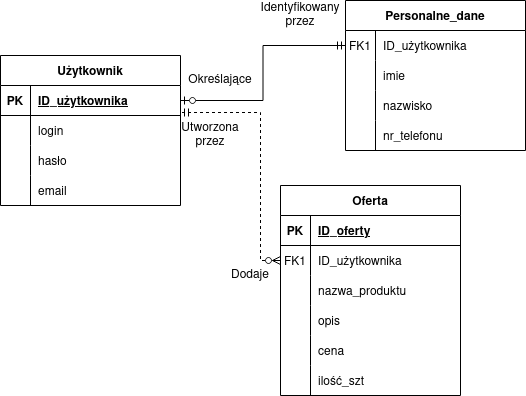
Above: Rys02/ModelLogiczny.png in MrMjuKi/PracaDyplomowa (draw.io), before the change. Source tidied: cells renumbered, new cells last; positions are measured from the earlier drawing's top-left corner, leaving out a move shared by most shapes.
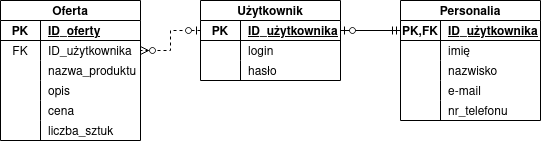
The same diagram one commit later.

Diff of the diagram source:
```diff
@@ -2,166 +2,146 @@
   <root>
     <mxCell id="0" />
     <mxCell id="1" parent="0" />
-    <mxCell id="2" style="endArrow=ERmandOne;html=1;rounded=0;edgeStyle=orthogonalEdgeStyle;startArrow=ERzeroToMany;startFill=0;endFill=0;exitX=0;exitY=0.5;exitDx=0;exitDy=0;dashed=1;" parent="1" edge="1" source="39" target="9">
-      <mxGeometry relative="1" as="geometry">
-        <Array as="points">
-          <mxPoint x="260" y="260" />
-          <mxPoint x="260" y="112" />
-        </Array>
-      </mxGeometry>
-    </mxCell>
-    <mxCell id="3" style="endArrow=ERzeroToOne;html=1;rounded=0;edgeStyle=orthogonalEdgeStyle;startArrow=ERmandOne;startFill=0;endFill=0;exitX=0;exitY=0.5;exitDx=0;exitDy=0;" parent="1" edge="1" source="23" target="9">
-      <mxGeometry relative="1" as="geometry" />
-    </mxCell>
-    <mxCell id="4" value="Określające" style="text;html=1;strokeColor=none;fillColor=none;align=center;verticalAlign=middle;whiteSpace=wrap;rounded=0;" parent="1" vertex="1">
-      <mxGeometry x="190" y="65" width="60" height="30" as="geometry" />
-    </mxCell>
-    <mxCell id="5" value="Identyfikowany przez" style="text;html=1;strokeColor=none;fillColor=none;align=center;verticalAlign=middle;whiteSpace=wrap;rounded=0;" parent="1" vertex="1">
-      <mxGeometry x="270" width="60" height="30" as="geometry" />
-    </mxCell>
-    <mxCell id="6" value="Utworzona przez" style="text;html=1;strokeColor=none;fillColor=none;align=center;verticalAlign=middle;whiteSpace=wrap;rounded=0;" parent="1" vertex="1">
-      <mxGeometry x="180" y="120" width="60" height="30" as="geometry" />
-    </mxCell>
-    <mxCell id="7" value="Dodaje" style="text;html=1;strokeColor=none;fillColor=none;align=center;verticalAlign=middle;whiteSpace=wrap;rounded=0;" parent="1" vertex="1">
-      <mxGeometry x="220" y="260" width="60" height="30" as="geometry" />
-    </mxCell>
-    <mxCell id="8" value="Użytkownik" style="shape=table;startSize=30;rowLines=0;fontStyle=1;align=center;" parent="1" vertex="1">
-      <mxGeometry y="55" width="180" height="150" as="geometry" />
+    <mxCell id="8" value="Użytkownik" style="shape=table;startSize=20;rowLines=0;fontStyle=1;align=center;" parent="1" vertex="1">
+      <mxGeometry x="100" y="3380" width="140" height="80" as="geometry" />
     </mxCell>
-    <mxCell id="9" style="shape=partialRectangle;fillColor=none;top=0;left=0;bottom=1;right=0;points=[[0,0.5],[1,0.5]];portConstraint=eastwest;" parent="8" vertex="1">
-      <mxGeometry y="30" width="180" height="30" as="geometry" />
-    </mxCell>
-    <mxCell id="10" value="PK" style="shape=partialRectangle;fillColor=none;top=0;left=0;bottom=0;right=0;fontStyle=1;overflow=hidden;" parent="9" vertex="1">
-      <mxGeometry width="30" height="30" as="geometry" />
-    </mxCell>
-    <mxCell id="11" value="ID_użytkownika" style="shape=partialRectangle;fillColor=none;top=0;left=0;bottom=0;right=0;align=left;spacingLeft=6;fontStyle=5;overflow=hidden;" parent="9" vertex="1">
-      <mxGeometry x="30" width="150" height="30" as="geometry" />
-    </mxCell>
-    <mxCell id="12" style="shape=partialRectangle;fillColor=none;top=0;left=0;bottom=0;right=0;" parent="8" vertex="1">
-      <mxGeometry y="60" width="180" height="30" as="geometry" />
-    </mxCell>
-    <mxCell id="13" style="shape=partialRectangle;fillColor=none;top=0;left=0;bottom=0;right=0;overflow=hidden;" parent="12" vertex="1">
-      <mxGeometry width="30" height="30" as="geometry" />
-    </mxCell>
+    <mxCell id="54" style="shape=tableRow;horizontal=0;startSize=0;swimlaneHead=0;swimlaneBody=0;fillColor=none;points=[[0,0.5],[1,0.5]];portConstraint=eastwest;top=0;left=0;right=0;bottom=1;" parent="8" vertex="1">
+      <mxGeometry y="20" width="140" height="20" as="geometry" />
+    </mxCell>
+    <mxCell id="55" value="PK" style="shape=partialRectangle;fillColor=none;top=0;left=0;bottom=0;right=0;fontStyle=1;overflow=hidden;" parent="54" vertex="1">
+      <mxGeometry width="40" height="20" as="geometry" />
+    </mxCell>
+    <mxCell id="56" value="ID_użytkownika" style="shape=partialRectangle;fillColor=none;top=0;left=0;bottom=0;right=0;align=left;spacingLeft=6;fontStyle=5;overflow=hidden;" parent="54" vertex="1">
+      <mxGeometry x="40" width="100" height="20" as="geometry" />
+    </mxCell>
+    <mxCell id="57" style="shape=tableRow;horizontal=0;startSize=0;swimlaneHead=0;swimlaneBody=0;fillColor=none;top=0;left=0;right=0;bottom=0;" parent="8" vertex="1">
+      <mxGeometry y="40" width="140" height="20" as="geometry" />
+    </mxCell>
+    <mxCell id="58" style="shape=partialRectangle;fillColor=none;top=0;left=0;bottom=0;right=0;overflow=hidden;" parent="57" vertex="1">
+      <mxGeometry width="40" height="20" as="geometry" />
+    </mxCell>
-    <mxCell id="14" value="login" style="shape=partialRectangle;fillColor=none;top=0;left=0;bottom=0;right=0;align=left;spacingLeft=6;overflow=hidden;" parent="12" vertex="1">
-      <mxGeometry x="30" width="150" height="30" as="geometry" />
+    <mxCell id="14" value="login" style="shape=partialRectangle;fillColor=none;top=0;left=0;bottom=0;right=0;align=left;spacingLeft=6;overflow=hidden;" parent="57" vertex="1">
+      <mxGeometry x="40" width="100" height="20" as="geometry" />
     </mxCell>
-    <mxCell id="15" style="shape=partialRectangle;fillColor=none;top=0;left=0;bottom=0;right=0;" parent="8" vertex="1">
-      <mxGeometry y="90" width="180" height="30" as="geometry" />
-    </mxCell>
-    <mxCell id="16" style="shape=partialRectangle;fillColor=none;top=0;left=0;bottom=0;right=0;overflow=hidden;" parent="15" vertex="1">
-      <mxGeometry width="30" height="30" as="geometry" />
-    </mxCell>
+    <mxCell id="59" style="shape=tableRow;horizontal=0;startSize=0;swimlaneHead=0;swimlaneBody=0;fillColor=none;top=0;left=0;right=0;bottom=0;" parent="8" vertex="1">
+      <mxGeometry y="60" width="140" height="20" as="geometry" />
+    </mxCell>
+    <mxCell id="60" style="shape=partialRectangle;fillColor=none;top=0;left=0;bottom=0;right=0;overflow=hidden;" parent="59" vertex="1">
+      <mxGeometry width="40" height="20" as="geometry" />
+    </mxCell>
-    <mxCell id="17" value="hasło" style="shape=partialRectangle;fillColor=none;top=0;left=0;bottom=0;right=0;align=left;spacingLeft=6;overflow=hidden;" parent="15" vertex="1">
-      <mxGeometry x="30" width="150" height="30" as="geometry" />
+    <mxCell id="17" value="hasło" style="shape=partialRectangle;fillColor=none;top=0;left=0;bottom=0;right=0;align=left;spacingLeft=6;overflow=hidden;" parent="59" vertex="1">
+      <mxGeometry x="40" width="100" height="20" as="geometry" />
     </mxCell>
-    <mxCell id="18" style="shape=partialRectangle;fillColor=none;top=0;left=0;bottom=0;right=0;" parent="8" vertex="1">
-      <mxGeometry y="120" width="180" height="30" as="geometry" />
-    </mxCell>
-    <mxCell id="19" style="shape=partialRectangle;fillColor=none;top=0;left=0;bottom=0;right=0;overflow=hidden;" parent="18" vertex="1">
-      <mxGeometry width="30" height="30" as="geometry" />
-    </mxCell>
-    <mxCell id="20" value="email" style="shape=partialRectangle;fillColor=none;top=0;left=0;bottom=0;right=0;align=left;spacingLeft=6;overflow=hidden;" parent="18" vertex="1">
-      <mxGeometry x="30" width="150" height="30" as="geometry" />
-    </mxCell>
-    <mxCell id="21" style="edgeStyle=orthogonalEdgeStyle;rounded=0;orthogonalLoop=1;jettySize=auto;html=1;exitX=1;exitY=0.5;exitDx=0;exitDy=0;" parent="8" edge="1" source="9" target="9">
-      <mxGeometry relative="1" as="geometry" />
-    </mxCell>
-    <mxCell id="22" value="Personalne_dane" style="shape=table;startSize=30;rowLines=0;fontStyle=1;align=center;" parent="1" vertex="1">
-      <mxGeometry x="345" width="180" height="150" as="geometry" />
-    </mxCell>
-    <mxCell id="23" style="shape=partialRectangle;fillColor=none;top=0;left=0;bottom=0;right=0;points=[[0,0.5],[1,0.5]];portConstraint=eastwest;" parent="22" vertex="1">
-      <mxGeometry y="30" width="180" height="30" as="geometry" />
-    </mxCell>
-    <mxCell id="24" value="FK1" style="shape=partialRectangle;fillColor=none;top=0;left=0;bottom=0;right=0;overflow=hidden;" parent="23" vertex="1">
-      <mxGeometry width="30" height="30" as="geometry" />
-    </mxCell>
-    <mxCell id="25" value="ID_użytkownika" style="shape=partialRectangle;fillColor=none;top=0;left=0;bottom=0;right=0;align=left;spacingLeft=6;overflow=hidden;" parent="23" vertex="1">
-      <mxGeometry x="30" width="150" height="30" as="geometry" />
-    </mxCell>
-    <mxCell id="26" style="shape=partialRectangle;fillColor=none;top=0;left=0;bottom=0;right=0;" parent="22" vertex="1">
-      <mxGeometry y="60" width="180" height="30" as="geometry" />
-    </mxCell>
-    <mxCell id="27" style="shape=partialRectangle;fillColor=none;top=0;left=0;bottom=0;right=0;overflow=hidden;" parent="26" vertex="1">
-      <mxGeometry width="30" height="30" as="geometry" />
-    </mxCell>
-    <mxCell id="28" value="imie" style="shape=partialRectangle;fillColor=none;top=0;left=0;bottom=0;right=0;align=left;spacingLeft=6;overflow=hidden;" parent="26" vertex="1">
-      <mxGeometry x="30" width="150" height="30" as="geometry" />
-    </mxCell>
-    <mxCell id="29" style="shape=partialRectangle;fillColor=none;top=0;left=0;bottom=0;right=0;" parent="22" vertex="1">
-      <mxGeometry y="90" width="180" height="30" as="geometry" />
-    </mxCell>
-    <mxCell id="30" style="shape=partialRectangle;fillColor=none;top=0;left=0;bottom=0;right=0;overflow=hidden;" parent="29" vertex="1">
-      <mxGeometry width="30" height="30" as="geometry" />
-    </mxCell>
+    <mxCell id="61" value="Personalia" style="shape=table;startSize=20;rowLines=0;fontStyle=1;align=center;" parent="1" vertex="1">
+      <mxGeometry x="300" y="3380" width="140" height="120" as="geometry" />
+    </mxCell>
+    <mxCell id="62" style="shape=tableRow;horizontal=0;startSize=0;swimlaneHead=0;swimlaneBody=0;fillColor=none;points=[[0,0.5],[1,0.5]];portConstraint=eastwest;top=0;left=0;right=0;bottom=1;" parent="61" vertex="1">
+      <mxGeometry y="20" width="140" height="20" as="geometry" />
+    </mxCell>
+    <mxCell id="63" value="PK,FK" style="shape=partialRectangle;fillColor=none;top=0;left=0;bottom=0;right=0;fontStyle=1;overflow=hidden;" parent="62" vertex="1">
+      <mxGeometry width="40" height="20" as="geometry" />
+    </mxCell>
+    <mxCell id="64" value="ID_użytkownika" style="shape=partialRectangle;fillColor=none;top=0;left=0;bottom=0;right=0;align=left;spacingLeft=6;fontStyle=5;overflow=hidden;" parent="62" vertex="1">
+      <mxGeometry x="40" width="100" height="20" as="geometry" />
+    </mxCell>
+    <mxCell id="65" style="shape=tableRow;horizontal=0;startSize=0;swimlaneHead=0;swimlaneBody=0;fillColor=none;top=0;left=0;right=0;bottom=0;" parent="61" vertex="1">
+      <mxGeometry y="40" width="140" height="20" as="geometry" />
+    </mxCell>
+    <mxCell id="66" style="shape=partialRectangle;fillColor=none;top=0;left=0;bottom=0;right=0;overflow=hidden;" parent="65" vertex="1">
+      <mxGeometry width="40" height="20" as="geometry" />
+    </mxCell>
+    <mxCell id="67" value="imię" style="shape=partialRectangle;fillColor=none;top=0;left=0;bottom=0;right=0;align=left;spacingLeft=6;overflow=hidden;" parent="65" vertex="1">
+      <mxGeometry x="40" width="100" height="20" as="geometry" />
+    </mxCell>
+    <mxCell id="68" style="shape=tableRow;horizontal=0;startSize=0;swimlaneHead=0;swimlaneBody=0;fillColor=none;top=0;left=0;right=0;bottom=0;" parent="61" vertex="1">
+      <mxGeometry y="60" width="140" height="20" as="geometry" />
+    </mxCell>
+    <mxCell id="69" style="shape=partialRectangle;fillColor=none;top=0;left=0;bottom=0;right=0;overflow=hidden;" parent="68" vertex="1">
+      <mxGeometry width="40" height="20" as="geometry" />
+    </mxCell>
-    <mxCell id="31" value="nazwisko" style="shape=partialRectangle;fillColor=none;top=0;left=0;bottom=0;right=0;align=left;spacingLeft=6;overflow=hidden;" parent="29" vertex="1">
-      <mxGeometry x="30" width="150" height="30" as="geometry" />
+    <mxCell id="31" value="nazwisko" style="shape=partialRectangle;fillColor=none;top=0;left=0;bottom=0;right=0;align=left;spacingLeft=6;overflow=hidden;" parent="68" vertex="1">
+      <mxGeometry x="40" width="100" height="20" as="geometry" />
     </mxCell>
-    <mxCell id="32" style="shape=partialRectangle;fillColor=none;top=0;left=0;bottom=0;right=0;" parent="22" vertex="1">
-      <mxGeometry y="120" width="180" height="30" as="geometry" />
-    </mxCell>
-    <mxCell id="33" style="shape=partialRectangle;fillColor=none;top=0;left=0;bottom=0;right=0;overflow=hidden;" parent="32" vertex="1">
-      <mxGeometry width="30" height="30" as="geometry" />
-    </mxCell>
+    <mxCell id="70" style="shape=tableRow;horizontal=0;startSize=0;swimlaneHead=0;swimlaneBody=0;fillColor=none;top=0;left=0;right=0;bottom=0;" parent="61" vertex="1">
+      <mxGeometry y="80" width="140" height="20" as="geometry" />
+    </mxCell>
+    <mxCell id="71" style="shape=partialRectangle;fillColor=none;top=0;left=0;bottom=0;right=0;overflow=hidden;" parent="70" vertex="1">
+      <mxGeometry width="40" height="20" as="geometry" />
+    </mxCell>
+    <mxCell id="72" value="e-mail" style="shape=partialRectangle;fillColor=none;top=0;left=0;bottom=0;right=0;align=left;spacingLeft=6;overflow=hidden;" parent="70" vertex="1">
+      <mxGeometry x="40" width="100" height="20" as="geometry" />
+    </mxCell>
+    <mxCell id="73" style="shape=tableRow;horizontal=0;startSize=0;swimlaneHead=0;swimlaneBody=0;fillColor=none;top=0;left=0;right=0;bottom=0;" parent="61" vertex="1">
+      <mxGeometry y="100" width="140" height="20" as="geometry" />
+    </mxCell>
+    <mxCell id="74" style="shape=partialRectangle;fillColor=none;top=0;left=0;bottom=0;right=0;overflow=hidden;" parent="73" vertex="1">
+      <mxGeometry width="40" height="20" as="geometry" />
+    </mxCell>
-    <mxCell id="34" value="nr_telefonu" style="shape=partialRectangle;fillColor=none;top=0;left=0;bottom=0;right=0;align=left;spacingLeft=6;overflow=hidden;" parent="32" vertex="1">
-      <mxGeometry x="30" width="150" height="30" as="geometry" />
+    <mxCell id="34" value="nr_telefonu" style="shape=partialRectangle;fillColor=none;top=0;left=0;bottom=0;right=0;align=left;spacingLeft=6;overflow=hidden;" parent="73" vertex="1">
+      <mxGeometry x="40" width="100" height="20" as="geometry" />
     </mxCell>
-    <mxCell id="35" value="Oferta" style="shape=table;startSize=30;rowLines=0;fontStyle=1;align=center;" parent="1" vertex="1">
-      <mxGeometry x="280" y="185" width="180" height="210" as="geometry" />
+    <mxCell id="35" value="Oferta" style="shape=table;startSize=20;rowLines=0;fontStyle=1;align=center;" parent="1" vertex="1">
+      <mxGeometry x="-100" y="3380" width="140" height="140" as="geometry" />
     </mxCell>
-    <mxCell id="36" style="shape=partialRectangle;fillColor=none;top=0;left=0;bottom=1;right=0;" parent="35" vertex="1">
-      <mxGeometry y="30" width="180" height="30" as="geometry" />
-    </mxCell>
-    <mxCell id="37" value="PK" style="shape=partialRectangle;fillColor=none;top=0;left=0;bottom=0;right=0;fontStyle=1;overflow=hidden;" parent="36" vertex="1">
-      <mxGeometry width="30" height="30" as="geometry" />
-    </mxCell>
+    <mxCell id="75" style="shape=tableRow;horizontal=0;startSize=0;swimlaneHead=0;swimlaneBody=0;fillColor=none;top=0;left=0;right=0;bottom=1;" parent="35" vertex="1">
+      <mxGeometry y="20" width="140" height="20" as="geometry" />
+    </mxCell>
+    <mxCell id="76" value="PK" style="shape=partialRectangle;fillColor=none;top=0;left=0;bottom=0;right=0;fontStyle=1;overflow=hidden;" parent="75" vertex="1">
+      <mxGeometry width="40" height="20" as="geometry" />
+    </mxCell>
-    <mxCell id="38" value="ID_oferty" style="shape=partialRectangle;fillColor=none;top=0;left=0;bottom=0;right=0;align=left;spacingLeft=6;fontStyle=5;overflow=hidden;" parent="36" vertex="1">
-      <mxGeometry x="30" width="150" height="30" as="geometry" />
+    <mxCell id="38" value="ID_oferty" style="shape=partialRectangle;fillColor=none;top=0;left=0;bottom=0;right=0;align=left;spacingLeft=6;fontStyle=5;overflow=hidden;" parent="75" vertex="1">
+      <mxGeometry x="40" width="100" height="20" as="geometry" />
     </mxCell>
-    <mxCell id="39" style="shape=partialRectangle;fillColor=none;top=0;left=0;bottom=0;right=0;points=[[0,0.5],[1,0.5]];portConstraint=eastwest;" parent="35" vertex="1">
-      <mxGeometry y="60" width="180" height="30" as="geometry" />
-    </mxCell>
-    <mxCell id="40" value="FK1" style="shape=partialRectangle;fillColor=none;top=0;left=0;bottom=0;right=0;fontStyle=0;overflow=hidden;" parent="39" vertex="1">
-      <mxGeometry width="30" height="30" as="geometry" />
-    </mxCell>
-    <mxCell id="41" value="ID_użytkownika" style="shape=partialRectangle;fillColor=none;top=0;left=0;bottom=0;right=0;align=left;spacingLeft=6;fontStyle=0;overflow=hidden;" parent="39" vertex="1">
-      <mxGeometry x="30" width="150" height="30" as="geometry" />
-    </mxCell>
-    <mxCell id="42" style="shape=partialRectangle;fillColor=none;top=0;left=0;bottom=0;right=0;" parent="35" vertex="1">
-      <mxGeometry y="90" width="180" height="30" as="geometry" />
-    </mxCell>
-    <mxCell id="43" style="shape=partialRectangle;fillColor=none;top=0;left=0;bottom=0;right=0;overflow=hidden;" parent="42" vertex="1">
-      <mxGeometry width="30" height="30" as="geometry" />
-    </mxCell>
+    <mxCell id="77" style="shape=tableRow;horizontal=0;startSize=0;swimlaneHead=0;swimlaneBody=0;fillColor=none;points=[[0,0.5],[1,0.5]];portConstraint=eastwest;top=0;left=0;right=0;bottom=0;" parent="35" vertex="1">
+      <mxGeometry y="40" width="140" height="20" as="geometry" />
+    </mxCell>
+    <mxCell id="78" value="FK" style="shape=partialRectangle;fillColor=none;top=0;left=0;bottom=0;right=0;overflow=hidden;" parent="77" vertex="1">
+      <mxGeometry width="40" height="20" as="geometry" />
+    </mxCell>
+    <mxCell id="25" value="ID_użytkownika" style="shape=partialRectangle;fillColor=none;top=0;left=0;bottom=0;right=0;align=left;spacingLeft=6;overflow=hidden;" parent="77" vertex="1">
+      <mxGeometry x="40" width="100" height="20" as="geometry" />
+    </mxCell>
+    <mxCell id="79" style="shape=tableRow;horizontal=0;startSize=0;swimlaneHead=0;swimlaneBody=0;fillColor=none;top=0;left=0;right=0;bottom=0;" parent="35" vertex="1">
+      <mxGeometry y="60" width="140" height="20" as="geometry" />
+    </mxCell>
+    <mxCell id="80" style="shape=partialRectangle;fillColor=none;top=0;left=0;bottom=0;right=0;overflow=hidden;" parent="79" vertex="1">
+      <mxGeometry width="40" height="20" as="geometry" />
+    </mxCell>
-    <mxCell id="44" value="nazwa_produktu" style="shape=partialRectangle;fillColor=none;top=0;left=0;bottom=0;right=0;align=left;spacingLeft=6;overflow=hidden;" parent="42" vertex="1">
-      <mxGeometry x="30" width="150" height="30" as="geometry" />
+    <mxCell id="44" value="nazwa_produktu" style="shape=partialRectangle;fillColor=none;top=0;left=0;bottom=0;right=0;align=left;spacingLeft=6;overflow=hidden;" parent="79" vertex="1">
+      <mxGeometry x="40" width="100" height="20" as="geometry" />
     </mxCell>
-    <mxCell id="45" style="shape=partialRectangle;fillColor=none;top=0;left=0;bottom=0;right=0;" parent="35" vertex="1">
-      <mxGeometry y="120" width="180" height="30" as="geometry" />
-    </mxCell>
-    <mxCell id="46" style="shape=partialRectangle;fillColor=none;top=0;left=0;bottom=0;right=0;overflow=hidden;" parent="45" vertex="1">
-      <mxGeometry width="30" height="30" as="geometry" />
-    </mxCell>
+    <mxCell id="81" style="shape=tableRow;horizontal=0;startSize=0;swimlaneHead=0;swimlaneBody=0;fillColor=none;top=0;left=0;right=0;bottom=0;" parent="35" vertex="1">
+      <mxGeometry y="80" width="140" height="20" as="geometry" />
+    </mxCell>
+    <mxCell id="82" style="shape=partialRectangle;fillColor=none;top=0;left=0;bottom=0;right=0;overflow=hidden;" parent="81" vertex="1">
+      <mxGeometry width="40" height="20" as="geometry" />
+    </mxCell>
-    <mxCell id="47" value="opis" style="shape=partialRectangle;fillColor=none;top=0;left=0;bottom=0;right=0;align=left;spacingLeft=6;overflow=hidden;" parent="45" vertex="1">
-      <mxGeometry x="30" width="150" height="30" as="geometry" />
+    <mxCell id="47" value="opis" style="shape=partialRectangle;fillColor=none;top=0;left=0;bottom=0;right=0;align=left;spacingLeft=6;overflow=hidden;" parent="81" vertex="1">
+      <mxGeometry x="40" width="100" height="20" as="geometry" />
     </mxCell>
-    <mxCell id="48" style="shape=partialRectangle;fillColor=none;top=0;left=0;bottom=0;right=0;" parent="35" vertex="1">
-      <mxGeometry y="150" width="180" height="30" as="geometry" />
-    </mxCell>
-    <mxCell id="49" style="shape=partialRectangle;fillColor=none;top=0;left=0;bottom=0;right=0;overflow=hidden;" parent="48" vertex="1">
-      <mxGeometry width="30" height="30" as="geometry" />
-    </mxCell>
+    <mxCell id="83" style="shape=tableRow;horizontal=0;startSize=0;swimlaneHead=0;swimlaneBody=0;fillColor=none;top=0;left=0;right=0;bottom=0;" parent="35" vertex="1">
+      <mxGeometry y="100" width="140" height="20" as="geometry" />
+    </mxCell>
+    <mxCell id="84" style="shape=partialRectangle;fillColor=none;top=0;left=0;bottom=0;right=0;overflow=hidden;" parent="83" vertex="1">
+      <mxGeometry width="40" height="20" as="geometry" />
+    </mxCell>
-    <mxCell id="50" value="cena" style="shape=partialRectangle;fillColor=none;top=0;left=0;bottom=0;right=0;align=left;spacingLeft=6;overflow=hidden;" parent="48" vertex="1">
-      <mxGeometry x="30" width="150" height="30" as="geometry" />
+    <mxCell id="50" value="cena" style="shape=partialRectangle;fillColor=none;top=0;left=0;bottom=0;right=0;align=left;spacingLeft=6;overflow=hidden;" parent="83" vertex="1">
+      <mxGeometry x="40" width="100" height="20" as="geometry" />
     </mxCell>
-    <mxCell id="51" style="shape=partialRectangle;fillColor=none;top=0;left=0;bottom=0;right=0;" parent="35" vertex="1">
-      <mxGeometry y="180" width="180" height="30" as="geometry" />
-    </mxCell>
-    <mxCell id="52" style="shape=partialRectangle;fillColor=none;top=0;left=0;bottom=0;right=0;overflow=hidden;" parent="51" vertex="1">
-      <mxGeometry width="30" height="30" as="geometry" />
-    </mxCell>
-    <mxCell id="53" value="ilość_szt" style="shape=partialRectangle;fillColor=none;top=0;left=0;bottom=0;right=0;align=left;spacingLeft=6;overflow=hidden;" parent="51" vertex="1">
-      <mxGeometry x="30" width="150" height="30" as="geometry" />
-    </mxCell>
+    <mxCell id="85" style="shape=tableRow;horizontal=0;startSize=0;swimlaneHead=0;swimlaneBody=0;fillColor=none;top=0;left=0;right=0;bottom=0;" parent="35" vertex="1">
+      <mxGeometry y="120" width="140" height="20" as="geometry" />
+    </mxCell>
+    <mxCell id="86" style="shape=partialRectangle;fillColor=none;top=0;left=0;bottom=0;right=0;overflow=hidden;" parent="85" vertex="1">
+      <mxGeometry width="40" height="20" as="geometry" />
+    </mxCell>
+    <mxCell id="87" value="liczba_sztuk" style="shape=partialRectangle;fillColor=none;top=0;left=0;bottom=0;right=0;align=left;spacingLeft=6;overflow=hidden;" parent="85" vertex="1">
+      <mxGeometry x="40" width="100" height="20" as="geometry" />
+    </mxCell>
+    <mxCell id="88" style="fontSize=12;html=1;endArrow=ERzeroToMany;startArrow=ERzeroToOne;rounded=0;entryX=1;entryY=0.5;entryDx=0;entryDy=0;dashed=1;edgeStyle=orthogonalEdgeStyle;exitX=0;exitY=0.5;exitDx=0;exitDy=0;" parent="1" edge="1" source="54" target="77">
+      <mxGeometry relative="1" as="geometry" />
+    </mxCell>
+    <mxCell id="89" style="fontSize=12;html=1;endArrow=ERzeroToOne;startArrow=ERmandOne;rounded=0;entryX=1;entryY=0.5;entryDx=0;entryDy=0;exitX=0;exitY=0.5;exitDx=0;exitDy=0;" parent="1" edge="1" source="62" target="54">
+      <mxGeometry relative="1" as="geometry" />
+    </mxCell>
   </root>
 </mxGraphModel>
```
